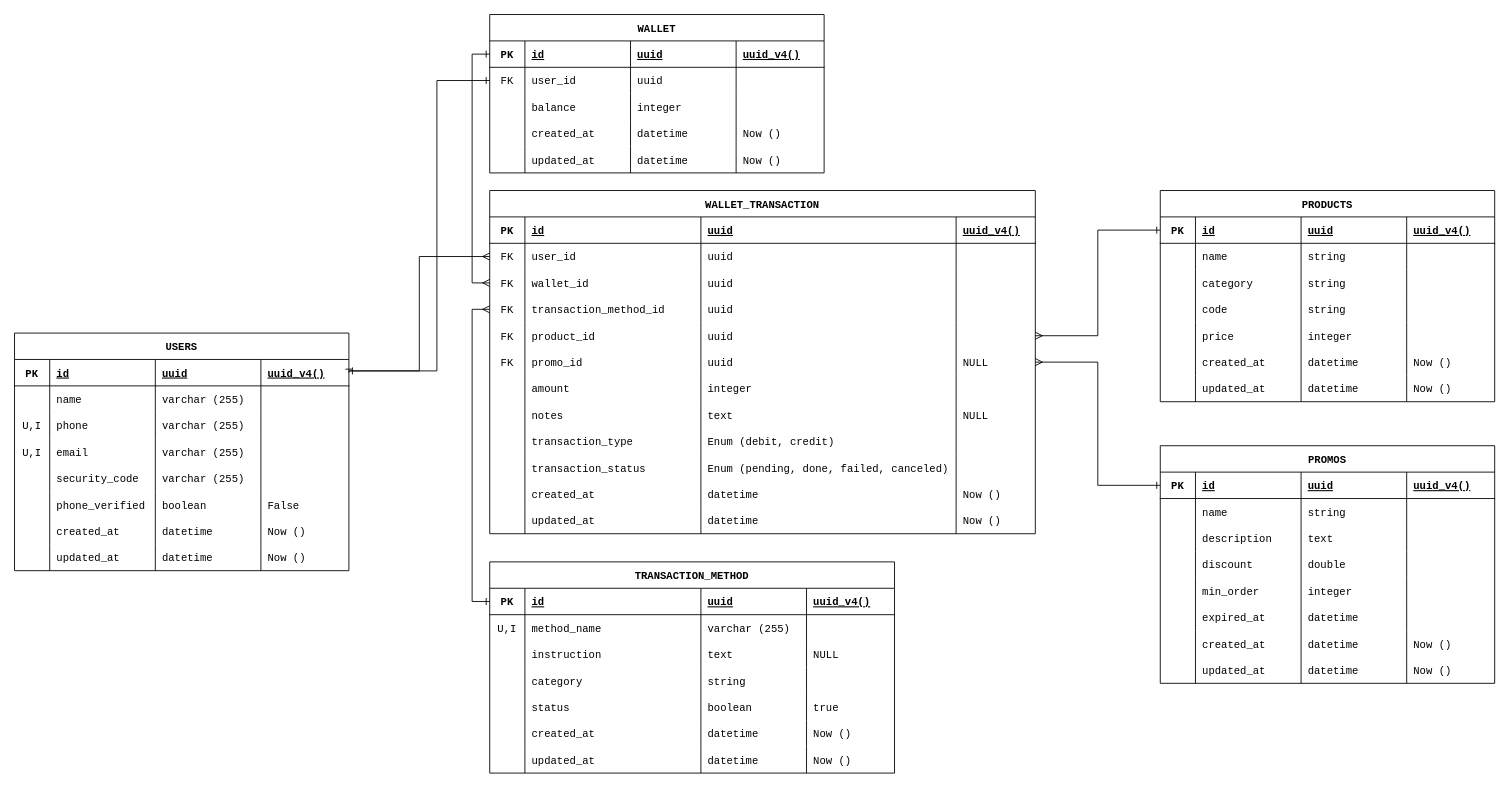
foxxxesky/Final-Projects-Backend-OVO keeps this draw.io diagram as page "Schema" (1 of 7) of requirements/Database ERD.drawio. Above is the earlier version. Source tidied: cells renumbered, new cells numbered last; positions are measured from the earlier drawing's top-left corner, leaving out a move shared by most shapes. Both pictures are drawn from the tidied source at 88%, with x=0, y=0 at pixel (14, 14).
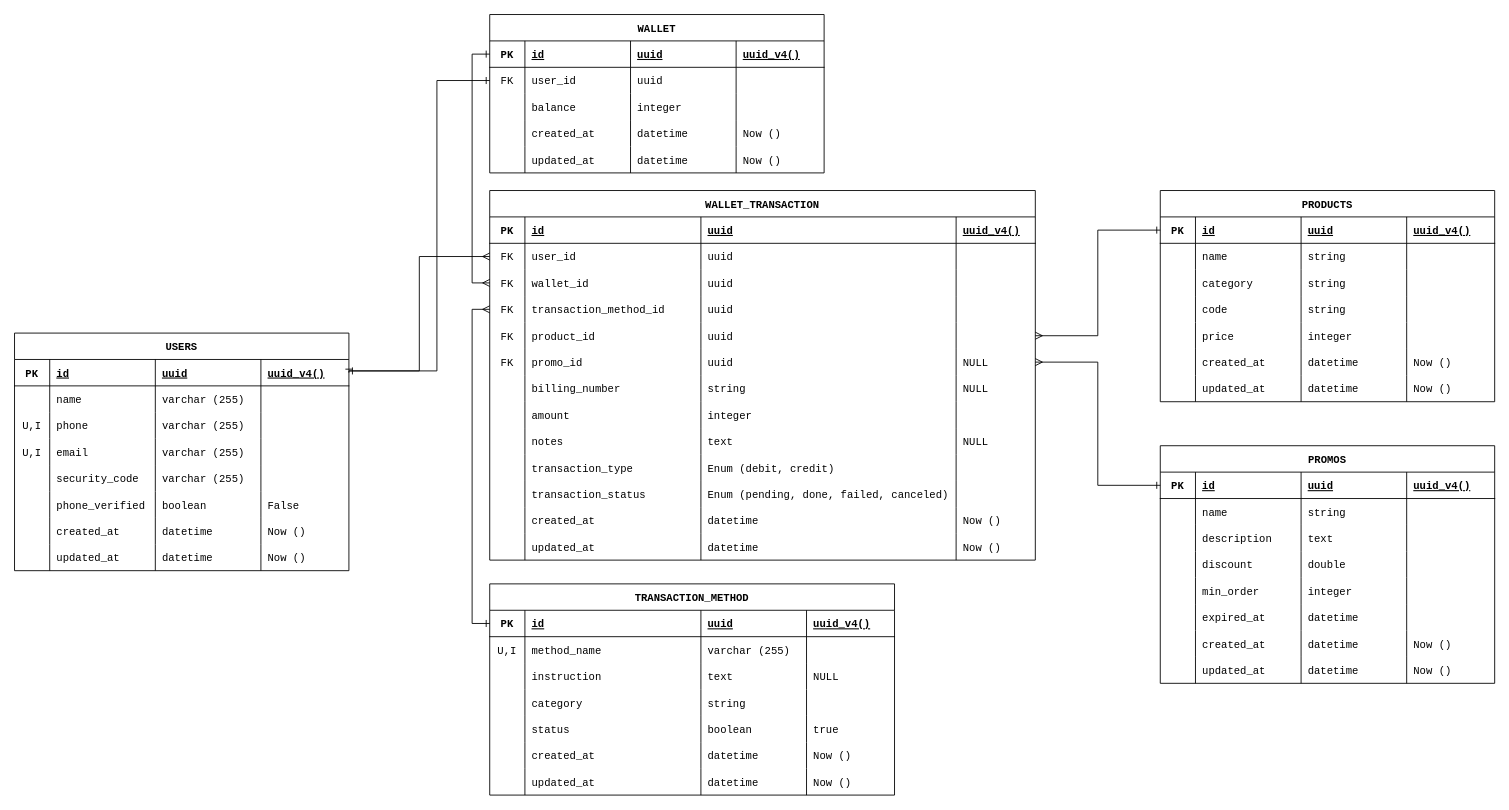
The same page after the edit.

The change refers to these unchanged cells:
```xml
<mxCell id="86" style="shape=tableRow;horizontal=0;startSize=0;swimlaneHead=0;swimlaneBody=0;fillColor=none;points=[[0,0.5],[1,0.5]];portConstraint=eastwest;top=0;left=0;right=0;bottom=0;fontFamily=Courier New;" parent="70" vertex="1">
  <mxGeometry y="120" width="620" height="30" as="geometry" />
</mxCell>
<mxCell id="101" style="shape=tableRow;horizontal=0;startSize=0;swimlaneHead=0;swimlaneBody=0;fillColor=none;top=0;left=0;right=0;bottom=0;fontFamily=Courier New;" parent="70" vertex="1">
  <mxGeometry y="210" width="620" height="30" as="geometry" />
</mxCell>
<mxCell id="132" style="shape=tableRow;horizontal=0;startSize=0;swimlaneHead=0;swimlaneBody=0;fillColor=none;points=[[0,0.5],[1,0.5]];portConstraint=eastwest;top=0;left=0;right=0;bottom=1;fontFamily=Courier New;" parent="131" vertex="1">
  <mxGeometry y="30" width="460" height="30" as="geometry" />
</mxCell>
```

The edit, as a diff of the source:
```diff
@@
     <mxCell id="70" value="WALLET_TRANSACTION" style="shape=table;startSize=30;childLayout=tableLayout;rowLines=0;fontStyle=1;align=center;fontFamily=Courier New;" parent="1" vertex="1">
-      <mxGeometry x="540" y="200" width="620" height="390" as="geometry" />
+      <mxGeometry x="540" y="200" width="620" height="420" as="geometry" />
     </mxCell>
@@
-    <mxCell id="103" value="amount" style="shape=partialRectangle;fillColor=none;top=0;left=0;bottom=0;right=0;align=left;spacingLeft=6;overflow=hidden;fontFamily=Courier New;" parent="101" vertex="1">
+    <mxCell id="103" value="billing_number" style="shape=partialRectangle;fillColor=none;top=0;left=0;bottom=0;right=0;align=left;spacingLeft=6;overflow=hidden;fontFamily=Courier New;" parent="101" vertex="1">
       <mxGeometry x="40" width="200" height="30" as="geometry" />
     </mxCell>
-    <mxCell id="104" value="integer" style="shape=partialRectangle;fillColor=none;top=0;left=0;bottom=0;right=0;align=left;spacingLeft=6;overflow=hidden;fontFamily=Courier New;" parent="101" vertex="1">
+    <mxCell id="104" value="string" style="shape=partialRectangle;fillColor=none;top=0;left=0;bottom=0;right=0;align=left;spacingLeft=6;overflow=hidden;fontFamily=Courier New;" parent="101" vertex="1">
       <mxGeometry x="240" width="290" height="30" as="geometry" />
     </mxCell>
-    <mxCell id="105" style="shape=partialRectangle;fillColor=none;top=0;left=0;bottom=0;right=0;align=left;spacingLeft=6;overflow=hidden;fontFamily=Courier New;" parent="101" vertex="1">
+    <mxCell id="105" value="NULL" style="shape=partialRectangle;fillColor=none;top=0;left=0;bottom=0;right=0;align=left;spacingLeft=6;overflow=hidden;fontFamily=Courier New;" parent="101" vertex="1">
       <mxGeometry x="530" width="90" height="30" as="geometry" />
     </mxCell>
+    <mxCell id="249" style="shape=tableRow;horizontal=0;startSize=0;swimlaneHead=0;swimlaneBody=0;fillColor=none;top=0;left=0;right=0;bottom=0;fontFamily=Courier New;" parent="70" vertex="1">
+      <mxGeometry y="240" width="620" height="30" as="geometry" />
+    </mxCell>
+    <mxCell id="250" style="shape=partialRectangle;fillColor=none;top=0;left=0;bottom=0;right=0;overflow=hidden;fontFamily=Courier New;" parent="249" vertex="1">
+      <mxGeometry width="40" height="30" as="geometry" />
+    </mxCell>
+    <mxCell id="251" value="amount" style="shape=partialRectangle;fillColor=none;top=0;left=0;bottom=0;right=0;align=left;spacingLeft=6;overflow=hidden;fontFamily=Courier New;" parent="249" vertex="1">
+      <mxGeometry x="40" width="200" height="30" as="geometry" />
+    </mxCell>
+    <mxCell id="252" value="integer" style="shape=partialRectangle;fillColor=none;top=0;left=0;bottom=0;right=0;align=left;spacingLeft=6;overflow=hidden;fontFamily=Courier New;" parent="249" vertex="1">
+      <mxGeometry x="240" width="290" height="30" as="geometry" />
+    </mxCell>
+    <mxCell id="253" style="shape=partialRectangle;fillColor=none;top=0;left=0;bottom=0;right=0;align=left;spacingLeft=6;overflow=hidden;fontFamily=Courier New;" parent="249" vertex="1">
+      <mxGeometry x="530" width="90" height="30" as="geometry" />
+    </mxCell>
     <mxCell id="106" style="shape=tableRow;horizontal=0;startSize=0;swimlaneHead=0;swimlaneBody=0;fillColor=none;top=0;left=0;right=0;bottom=0;fontFamily=Courier New;" parent="70" vertex="1">
-      <mxGeometry y="240" width="620" height="30" as="geometry" />
+      <mxGeometry y="270" width="620" height="30" as="geometry" />
     </mxCell>
@@
     <mxCell id="111" style="shape=tableRow;horizontal=0;startSize=0;swimlaneHead=0;swimlaneBody=0;fillColor=none;top=0;left=0;right=0;bottom=0;fontFamily=Courier New;" parent="70" vertex="1">
-      <mxGeometry y="270" width="620" height="30" as="geometry" />
+      <mxGeometry y="300" width="620" height="30" as="geometry" />
     </mxCell>
@@
     <mxCell id="116" style="shape=tableRow;horizontal=0;startSize=0;swimlaneHead=0;swimlaneBody=0;fillColor=none;top=0;left=0;right=0;bottom=0;fontFamily=Courier New;" parent="70" vertex="1">
-      <mxGeometry y="300" width="620" height="30" as="geometry" />
+      <mxGeometry y="330" width="620" height="30" as="geometry" />
     </mxCell>
@@
     <mxCell id="121" style="shape=tableRow;horizontal=0;startSize=0;swimlaneHead=0;swimlaneBody=0;fillColor=none;top=0;left=0;right=0;bottom=0;fontFamily=Courier New;" parent="70" vertex="1">
-      <mxGeometry y="330" width="620" height="30" as="geometry" />
+      <mxGeometry y="360" width="620" height="30" as="geometry" />
     </mxCell>
@@
     <mxCell id="126" style="shape=tableRow;horizontal=0;startSize=0;swimlaneHead=0;swimlaneBody=0;fillColor=none;top=0;left=0;right=0;bottom=0;fontFamily=Courier New;" parent="70" vertex="1">
-      <mxGeometry y="360" width="620" height="30" as="geometry" />
+      <mxGeometry y="390" width="620" height="30" as="geometry" />
     </mxCell>
@@
     <mxCell id="131" value="TRANSACTION_METHOD" style="shape=table;startSize=30;childLayout=tableLayout;rowLines=0;fontStyle=1;align=center;fontFamily=Courier New;" parent="1" vertex="1">
-      <mxGeometry x="540" y="622" width="460" height="240" as="geometry" />
+      <mxGeometry x="540" y="647" width="460" height="240" as="geometry" />
     </mxCell>
@@
     <mxCell id="169" style="edgeStyle=orthogonalEdgeStyle;html=1;entryX=0;entryY=0.5;entryDx=0;entryDy=0;rounded=0;startArrow=ERone;startFill=0;endArrow=ERmany;endFill=0;exitX=0;exitY=0.5;exitDx=0;exitDy=0;" parent="1" edge="1" source="132" target="86">
       <mxGeometry relative="1" as="geometry">
         <Array as="points">
-          <mxPoint x="520" y="667" />
+          <mxPoint x="520" y="692" />
           <mxPoint x="520" y="335" />
         </Array>
       </mxGeometry>
     </mxCell>
```
